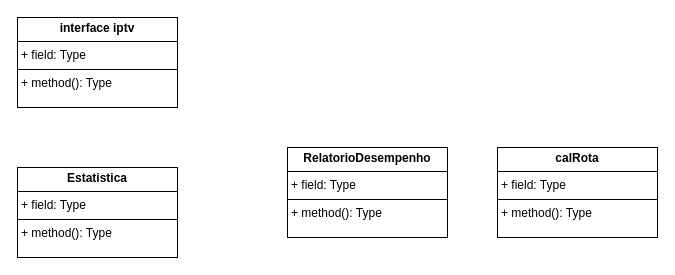
mariaalicen/DiagramasUML keeps this draw.io diagram as page "Mostrar" (3 of 4) of modelagemMalhaFerroviaria.drawio. Above is the earlier version. Source tidied: cells renumbered, new cells numbered last; positions are measured from the earlier drawing's top-left corner, leaving out a move shared by most shapes. Both pictures are drawn from the tidied source at 100%, with x=0, y=0 at pixel (17, 17).
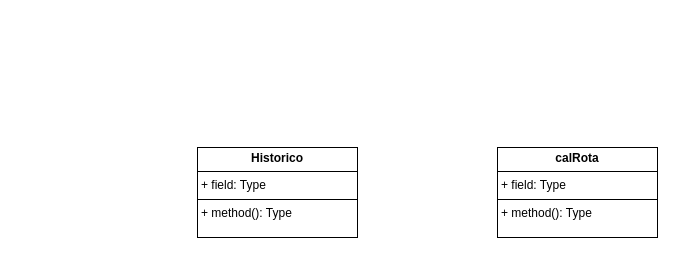
Above is the later version.

What changed in the source:
```diff
@@
 <mxGraphModel>
   <root>
     <mxCell id="0" />
     <mxCell id="1" parent="0" />
-    <mxCell id="2" value="&lt;p style=&quot;margin:0px;margin-top:4px;text-align:center;&quot;&gt;&lt;b&gt;Estatistica&lt;/b&gt;&lt;/p&gt;&lt;hr size=&quot;1&quot; style=&quot;border-style:solid;&quot;&gt;&lt;p style=&quot;margin:0px;margin-left:4px;&quot;&gt;+ field: Type&lt;/p&gt;&lt;hr size=&quot;1&quot; style=&quot;border-style:solid;&quot;&gt;&lt;p style=&quot;margin:0px;margin-left:4px;&quot;&gt;+ method(): Type&lt;/p&gt;" style="verticalAlign=top;align=left;overflow=fill;html=1;whiteSpace=wrap;" parent="1" vertex="1">
-      <mxGeometry y="150" width="160" height="90" as="geometry" />
-    </mxCell>
-    <mxCell id="3" value="&lt;p style=&quot;margin:0px;margin-top:4px;text-align:center;&quot;&gt;&lt;b&gt;RelatorioDesempenho&lt;/b&gt;&lt;/p&gt;&lt;hr size=&quot;1&quot; style=&quot;border-style:solid;&quot;&gt;&lt;p style=&quot;margin:0px;margin-left:4px;&quot;&gt;+ field: Type&lt;/p&gt;&lt;hr size=&quot;1&quot; style=&quot;border-style:solid;&quot;&gt;&lt;p style=&quot;margin:0px;margin-left:4px;&quot;&gt;+ method(): Type&lt;/p&gt;" style="verticalAlign=top;align=left;overflow=fill;html=1;whiteSpace=wrap;" parent="1" vertex="1">
-      <mxGeometry x="270" y="130" width="160" height="90" as="geometry" />
-    </mxCell>
     <mxCell id="4" value="&lt;p style=&quot;margin:0px;margin-top:4px;text-align:center;&quot;&gt;&lt;b&gt;calRota&lt;/b&gt;&lt;/p&gt;&lt;hr size=&quot;1&quot; style=&quot;border-style:solid;&quot;&gt;&lt;p style=&quot;margin:0px;margin-left:4px;&quot;&gt;+ field: Type&lt;/p&gt;&lt;hr size=&quot;1&quot; style=&quot;border-style:solid;&quot;&gt;&lt;p style=&quot;margin:0px;margin-left:4px;&quot;&gt;+ method(): Type&lt;/p&gt;" style="verticalAlign=top;align=left;overflow=fill;html=1;whiteSpace=wrap;" parent="1" vertex="1">
       <mxGeometry x="480" y="130" width="160" height="90" as="geometry" />
     </mxCell>
-    <mxCell id="5" value="&lt;p style=&quot;margin:0px;margin-top:4px;text-align:center;&quot;&gt;&lt;b&gt;interface iptv&lt;/b&gt;&lt;/p&gt;&lt;hr size=&quot;1&quot; style=&quot;border-style:solid;&quot;&gt;&lt;p style=&quot;margin:0px;margin-left:4px;&quot;&gt;+ field: Type&lt;/p&gt;&lt;hr size=&quot;1&quot; style=&quot;border-style:solid;&quot;&gt;&lt;p style=&quot;margin:0px;margin-left:4px;&quot;&gt;+ method(): Type&lt;/p&gt;" style="verticalAlign=top;align=left;overflow=fill;html=1;whiteSpace=wrap;" parent="1" vertex="1">
-      <mxGeometry width="160" height="90" as="geometry" />
-    </mxCell>
+    <mxCell id="6" value="&lt;p style=&quot;margin:0px;margin-top:4px;text-align:center;&quot;&gt;&lt;b&gt;Historico&lt;/b&gt;&lt;/p&gt;&lt;hr size=&quot;1&quot; style=&quot;border-style:solid;&quot;&gt;&lt;p style=&quot;margin:0px;margin-left:4px;&quot;&gt;+ field: Type&lt;/p&gt;&lt;hr size=&quot;1&quot; style=&quot;border-style:solid;&quot;&gt;&lt;p style=&quot;margin:0px;margin-left:4px;&quot;&gt;+ method(): Type&lt;/p&gt;" style="verticalAlign=top;align=left;overflow=fill;html=1;whiteSpace=wrap;" parent="1" vertex="1">
+      <mxGeometry x="180" y="130" width="160" height="90" as="geometry" />
+    </mxCell>
   </root>
 </mxGraphModel>
```
